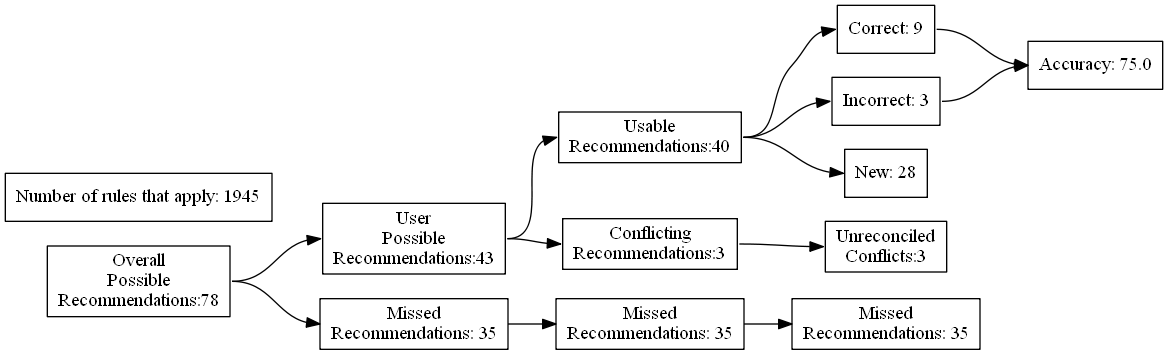
Before: test_renders/84.gv.png, a diagram exported from Graphviz (ZaxR/ibd_diet_analysis). Its source is kept beside it as test_renders/84.gv.
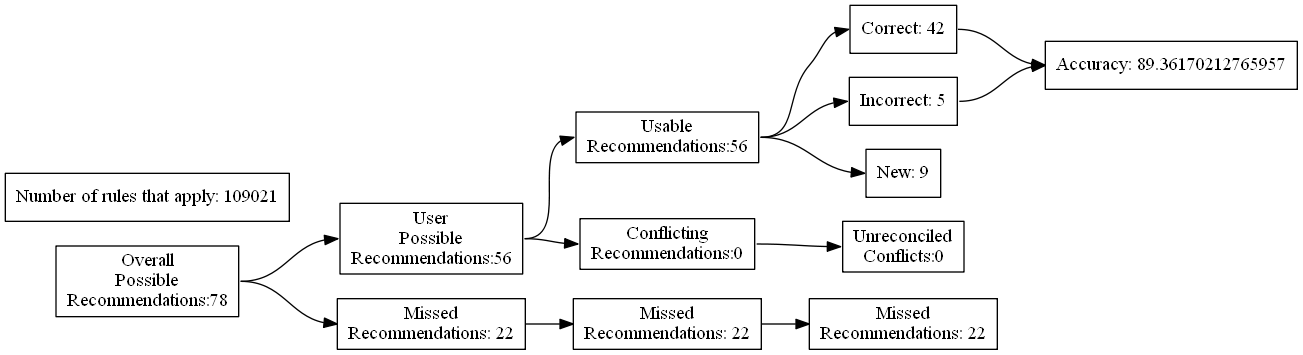
After the commit.

The edit, as a diff of the source:
```diff
@@ -7,24 +7,24 @@
 Recommendations:78"]
 		B [label="User
 Possible
-Recommendations:43"]
+Recommendations:56"]
 		C [label="Missed
-Recommendations: 35"]
+Recommendations: 22"]
 		D [label="Usable
-Recommendations:40"]
+Recommendations:56"]
 		E [label="Conflicting
-Recommendations:3"]
+Recommendations:0"]
 		J [label="Missed
-Recommendations: 35"]
+Recommendations: 22"]
 		M [label="Unreconciled
-Conflicts:3"]
-		F [label="Correct: 9"]
-		G [label="Incorrect: 3"]
-		H [label="New: 28"]
+Conflicts:0"]
+		F [label="Correct: 42"]
+		G [label="Incorrect: 5"]
+		H [label="New: 9"]
 		K [label="Missed
-Recommendations: 35"]
-		I [label="Accuracy: 75.0"]
-		l [label="Number of rules that apply: 1945"]
+Recommendations: 22"]
+		I [label="Accuracy: 89.36170212765957"]
+		l [label="Number of rules that apply: 109021"]
 			A -> B
 			A -> C
 			B -> D
```
